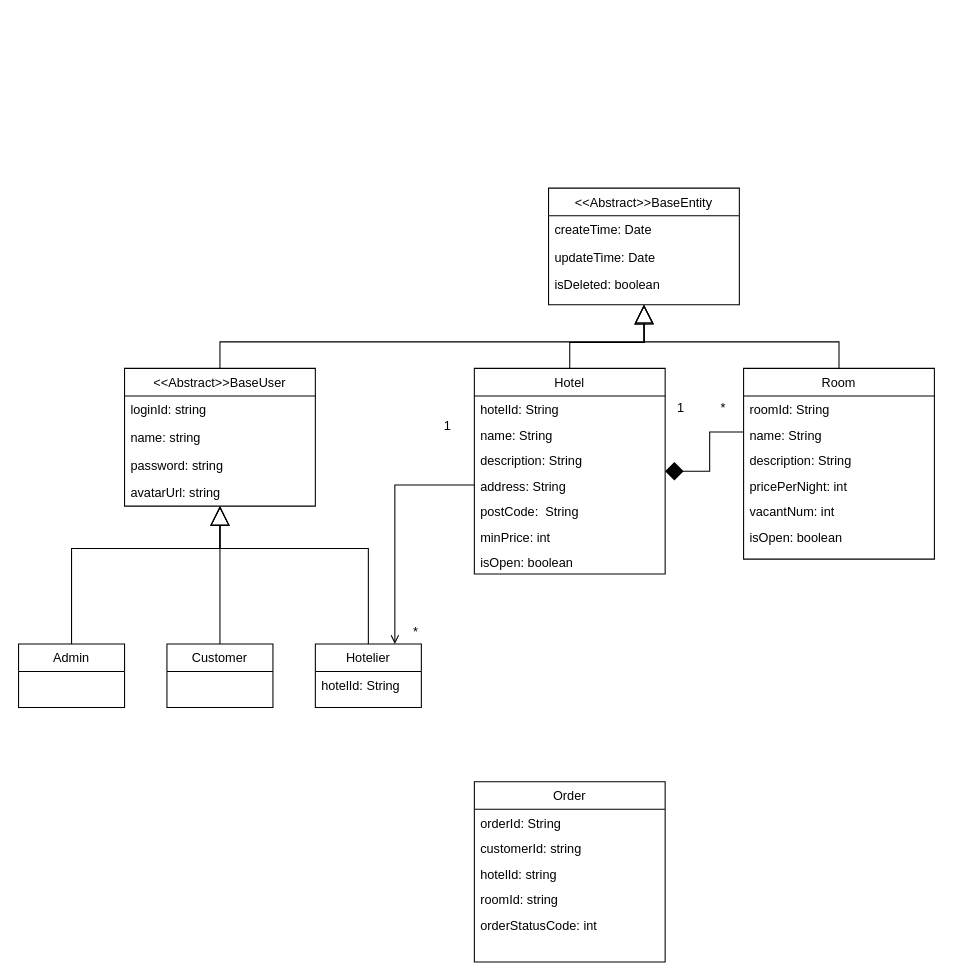
The draw.io diagram domain.drawio in Blackmesa-Canteen/static-res, before the edit. Source tidied: cells renumbered, new cells numbered last; positions are measured from the earlier drawing's top-left corner, leaving out a move shared by most shapes. Both pictures are drawn from the tidied source at 106%, with x=0, y=0 at pixel (18, 188).
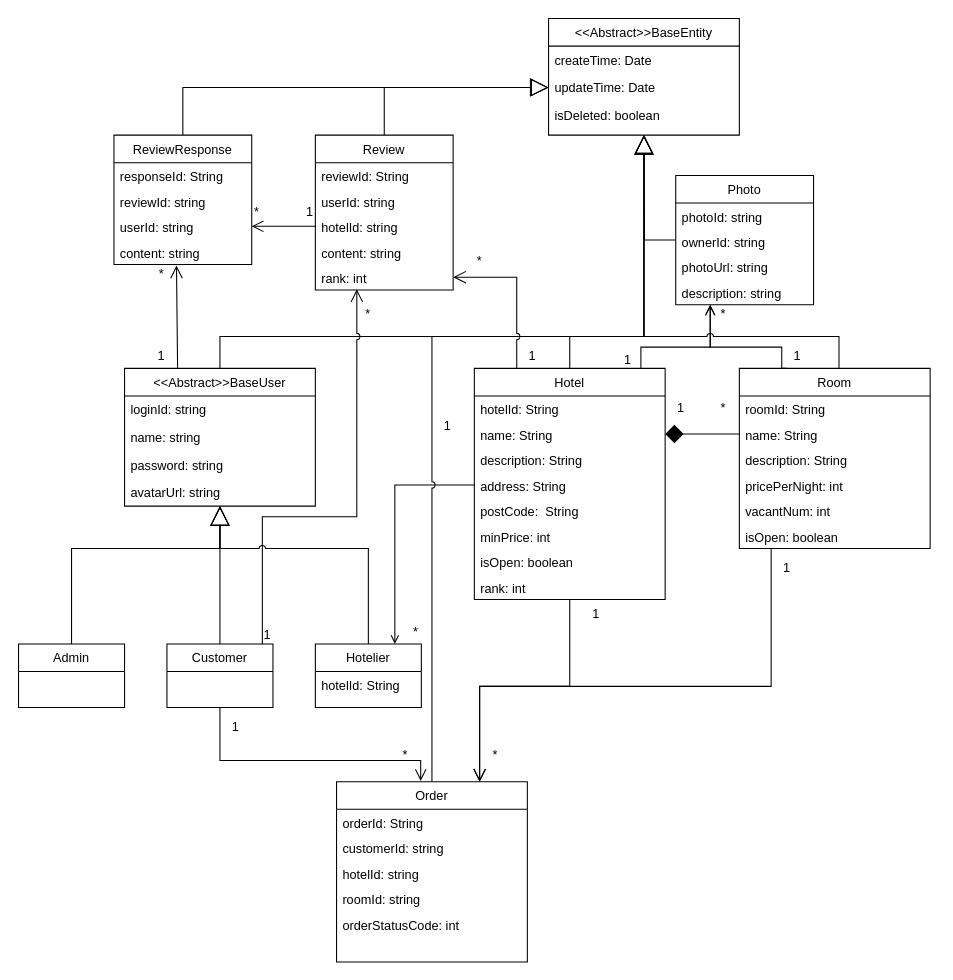
Above is the later version.

Unchanged cells that the change refers to:
```xml
<mxCell id="4" value="updateTime: Date" style="text;align=left;verticalAlign=top;spacingLeft=4;spacingRight=4;overflow=hidden;points=[[0,0.5],[1,0.5]];portConstraint=eastwest;rounded=0;shadow=0;html=0;" parent="2" vertex="1">
  <mxGeometry y="52" width="180" height="26" as="geometry" />
</mxCell>
<mxCell id="7" value="&lt;&lt;Abstract&gt;&gt;BaseUser" style="swimlane;fontStyle=0;align=center;verticalAlign=top;horizontal=1;startSize=26;rounded=0;shadow=0;strokeWidth=1;" parent="1" vertex="1">
  <mxGeometry x="100" y="170" width="180" height="130" as="geometry" />
</mxCell>
<mxCell id="15" value="Customer" style="swimlane;fontStyle=0;align=center;verticalAlign=top;horizontal=1;startSize=26;rounded=0;shadow=0;strokeWidth=1;" parent="1" vertex="1">
  <mxGeometry x="140" y="430" width="100" height="60" as="geometry" />
</mxCell>
<mxCell id="18" value="Hotelier" style="swimlane;fontStyle=0;align=center;verticalAlign=top;horizontal=1;startSize=26;rounded=0;shadow=0;strokeWidth=1;" parent="1" vertex="1">
  <mxGeometry x="280" y="430" width="100" height="60" as="geometry" />
</mxCell>
<mxCell id="30" value="name: String" style="text;align=left;verticalAlign=top;spacingLeft=4;spacingRight=4;overflow=hidden;points=[[0,0.5],[1,0.5]];portConstraint=eastwest;" parent="28" vertex="1">
  <mxGeometry y="50" width="180" height="24" as="geometry" />
</mxCell>
<mxCell id="41" value="name: String" style="text;align=left;verticalAlign=top;spacingLeft=4;spacingRight=4;overflow=hidden;points=[[0,0.5],[1,0.5]];portConstraint=eastwest;" parent="39" vertex="1">
  <mxGeometry y="50" width="180" height="24" as="geometry" />
</mxCell>
```

What changed in the source:
```diff
@@
     <mxCell id="2" value="&lt;&lt;Abstract&gt;&gt;BaseEntity" style="swimlane;fontStyle=0;align=center;verticalAlign=top;horizontal=1;startSize=26;rounded=0;shadow=0;strokeWidth=1;" parent="1" vertex="1">
-      <mxGeometry x="500" width="180" height="110" as="geometry" />
+      <mxGeometry x="500" y="-160" width="180" height="110" as="geometry" />
     </mxCell>
@@
     <mxCell id="6" style="edgeStyle=orthogonalEdgeStyle;rounded=0;jettySize=auto;html=1;entryX=0.5;entryY=1;entryDx=0;entryDy=0;exitX=0.5;exitY=0;exitDx=0;exitDy=0;endArrow=block;endFill=0;strokeWidth=1;endSize=16;" parent="1" edge="1" source="7" target="2">
-      <mxGeometry relative="1" as="geometry" />
+      <mxGeometry relative="1" as="geometry">
+        <Array as="points">
+          <mxPoint x="190" y="140" />
+          <mxPoint x="590" y="140" />
+        </Array>
+      </mxGeometry>
     </mxCell>
+    <mxCell id="48" style="edgeStyle=orthogonalEdgeStyle;rounded=0;jumpStyle=arc;jettySize=auto;html=1;entryX=0.454;entryY=1.04;entryDx=0;entryDy=0;entryPerimeter=0;startArrow=none;startFill=0;endArrow=open;endFill=0;startSize=15;endSize=10;targetPerimeterSpacing=0;strokeWidth=1;exitX=0.278;exitY=0;exitDx=0;exitDy=0;exitPerimeter=0;" parent="1" edge="1" source="7" target="71">
+      <mxGeometry relative="1" as="geometry" />
+    </mxCell>
@@
+    <mxCell id="49" style="edgeStyle=orthogonalEdgeStyle;rounded=0;jettySize=auto;html=1;entryX=0.441;entryY=-0.004;entryDx=0;entryDy=0;entryPerimeter=0;startArrow=none;startFill=0;endArrow=open;endFill=0;startSize=15;endSize=9;targetPerimeterSpacing=0;strokeWidth=1;" parent="1" edge="1" source="15" target="20">
+      <mxGeometry relative="1" as="geometry">
+        <Array as="points">
+          <mxPoint x="190" y="540" />
+          <mxPoint x="379" y="540" />
+        </Array>
+      </mxGeometry>
+    </mxCell>
+    <mxCell id="50" style="edgeStyle=orthogonalEdgeStyle;rounded=0;jumpStyle=arc;jettySize=auto;html=1;startArrow=none;startFill=0;endArrow=open;endFill=0;startSize=15;endSize=10;targetPerimeterSpacing=0;strokeWidth=1;entryX=0.301;entryY=0.975;entryDx=0;entryDy=0;entryPerimeter=0;" parent="1" edge="1" source="15" target="65">
+      <mxGeometry relative="1" as="geometry">
+        <Array as="points">
+          <mxPoint x="230" y="310" />
+          <mxPoint x="319" y="310" />
+        </Array>
+      </mxGeometry>
+    </mxCell>
@@
-    <mxCell id="16" style="edgeStyle=orthogonalEdgeStyle;rounded=0;jettySize=auto;html=1;endArrow=block;endFill=0;endSize=16;strokeWidth=1;" parent="1" edge="1" source="18">
+    <mxCell id="16" style="edgeStyle=orthogonalEdgeStyle;rounded=0;jettySize=auto;html=1;endArrow=block;endFill=0;endSize=16;strokeWidth=1;jumpStyle=arc;" parent="1" edge="1" source="18">
       <mxGeometry relative="1" as="geometry">
         <mxPoint x="190" y="300" as="targetPoint" />
         <Array as="points">
           <mxPoint x="330" y="340" />
           <mxPoint x="190" y="340" />
         </Array>
       </mxGeometry>
     </mxCell>
@@
+    <mxCell id="51" style="edgeStyle=orthogonalEdgeStyle;rounded=0;jettySize=auto;html=1;startArrow=none;startFill=0;endArrow=none;endFill=0;startSize=15;endSize=14;targetPerimeterSpacing=0;strokeWidth=1;jumpStyle=arc;" parent="1" edge="1" source="20">
+      <mxGeometry relative="1" as="geometry">
+        <mxPoint x="390" y="140" as="targetPoint" />
+        <Array as="points">
+          <mxPoint x="390" y="140" />
+        </Array>
+      </mxGeometry>
+    </mxCell>
     <mxCell id="20" value="Order" style="swimlane;fontStyle=0;align=center;verticalAlign=top;horizontal=1;startSize=26;rounded=0;shadow=0;strokeWidth=1;" parent="1" vertex="1">
-      <mxGeometry x="430" y="560" width="180" height="170" as="geometry" />
+      <mxGeometry x="300" y="560" width="180" height="170" as="geometry" />
     </mxCell>
@@
     <mxCell id="26" style="edgeStyle=orthogonalEdgeStyle;rounded=0;jettySize=auto;html=1;endArrow=block;endFill=0;endSize=16;strokeWidth=1;" parent="1" edge="1" source="28">
       <mxGeometry relative="1" as="geometry">
-        <mxPoint x="590" y="110" as="targetPoint" />
+        <mxPoint x="590" y="-50" as="targetPoint" />
+        <Array as="points">
+          <mxPoint x="520" y="140" />
+          <mxPoint x="590" y="140" />
+        </Array>
       </mxGeometry>
     </mxCell>
-    <mxCell id="27" style="edgeStyle=orthogonalEdgeStyle;rounded=0;jettySize=auto;html=1;entryX=0.001;entryY=0.419;entryDx=0;entryDy=0;entryPerimeter=0;startArrow=diamond;startFill=1;endArrow=none;endFill=0;endSize=10;strokeWidth=1;targetPerimeterSpacing=0;startSize=15;" parent="1" edge="1" source="28" target="41">
+    <mxCell id="27" style="edgeStyle=orthogonalEdgeStyle;rounded=0;jettySize=auto;html=1;entryX=0;entryY=0.5;entryDx=0;entryDy=0;startArrow=diamond;startFill=1;endArrow=none;endFill=0;endSize=10;strokeWidth=1;targetPerimeterSpacing=0;startSize=15;exitX=1;exitY=0.5;exitDx=0;exitDy=0;" parent="1" edge="1" source="30" target="41">
       <mxGeometry relative="1" as="geometry" />
     </mxCell>
+    <mxCell id="52" style="edgeStyle=orthogonalEdgeStyle;rounded=0;jumpStyle=arc;jettySize=auto;html=1;entryX=1;entryY=0.5;entryDx=0;entryDy=0;startArrow=none;startFill=0;endArrow=open;endFill=0;startSize=15;endSize=10;targetPerimeterSpacing=0;strokeWidth=1;" parent="1" edge="1" source="28" target="65">
+      <mxGeometry relative="1" as="geometry">
+        <Array as="points">
+          <mxPoint x="470" y="84" />
+        </Array>
+      </mxGeometry>
+    </mxCell>
+    <mxCell id="53" style="edgeStyle=orthogonalEdgeStyle;rounded=0;jumpStyle=arc;jettySize=auto;html=1;entryX=0.75;entryY=0;entryDx=0;entryDy=0;startArrow=none;startFill=0;endArrow=open;endFill=0;startSize=15;endSize=10;targetPerimeterSpacing=0;strokeWidth=1;" parent="1" edge="1" source="28" target="20">
+      <mxGeometry relative="1" as="geometry">
+        <Array as="points">
+          <mxPoint x="520" y="470" />
+          <mxPoint x="435" y="470" />
+        </Array>
+      </mxGeometry>
+    </mxCell>
+    <mxCell id="54" style="edgeStyle=orthogonalEdgeStyle;rounded=0;jumpStyle=none;jettySize=auto;html=1;entryX=0.25;entryY=1;entryDx=0;entryDy=0;startArrow=none;startFill=0;endArrow=open;endFill=0;startSize=15;endSize=8;targetPerimeterSpacing=0;strokeWidth=1;exitX=0.873;exitY=-0.002;exitDx=0;exitDy=0;exitPerimeter=0;" parent="1" edge="1" source="28" target="86">
+      <mxGeometry relative="1" as="geometry">
+        <Array as="points">
+          <mxPoint x="587" y="150" />
+          <mxPoint x="652" y="150" />
+        </Array>
+      </mxGeometry>
+    </mxCell>
     <mxCell id="28" value="Hotel" style="swimlane;fontStyle=0;align=center;verticalAlign=top;horizontal=1;startSize=26;rounded=0;shadow=0;strokeWidth=1;" parent="1" vertex="1">
-      <mxGeometry x="430" y="170" width="180" height="194" as="geometry" />
+      <mxGeometry x="430" y="170" width="180" height="218" as="geometry" />
     </mxCell>
@@
+    <mxCell id="55" value="rank: int" style="text;align=left;verticalAlign=top;spacingLeft=4;spacingRight=4;overflow=hidden;" parent="28" vertex="1">
+      <mxGeometry y="194" width="180" height="24" as="geometry" />
+    </mxCell>
@@
-    <mxCell id="38" style="edgeStyle=orthogonalEdgeStyle;rounded=0;jettySize=auto;html=1;startArrow=none;startFill=0;endArrow=block;endFill=0;startSize=15;endSize=15;targetPerimeterSpacing=0;strokeWidth=1;" parent="1" edge="1" source="39">
+    <mxCell id="38" style="edgeStyle=orthogonalEdgeStyle;rounded=0;jettySize=auto;html=1;startArrow=none;startFill=0;endArrow=block;endFill=0;startSize=15;endSize=15;targetPerimeterSpacing=0;strokeWidth=1;entryX=0.5;entryY=1;entryDx=0;entryDy=0;jumpStyle=arc;" parent="1" edge="1" source="39" target="2">
       <mxGeometry relative="1" as="geometry">
-        <mxPoint x="590" y="110" as="targetPoint" />
         <Array as="points">
-          <mxPoint x="774" y="145" />
-          <mxPoint x="590" y="145" />
+          <mxPoint x="774" y="140" />
+          <mxPoint x="590" y="140" />
         </Array>
       </mxGeometry>
     </mxCell>
+    <mxCell id="56" style="edgeStyle=orthogonalEdgeStyle;rounded=0;jumpStyle=none;jettySize=auto;html=1;entryX=0.75;entryY=0;entryDx=0;entryDy=0;startArrow=none;startFill=0;endArrow=open;endFill=0;startSize=15;endSize=10;targetPerimeterSpacing=0;strokeWidth=1;" parent="1" edge="1" source="39" target="20">
+      <mxGeometry relative="1" as="geometry">
+        <Array as="points">
+          <mxPoint x="710" y="470" />
+          <mxPoint x="435" y="470" />
+        </Array>
+      </mxGeometry>
+    </mxCell>
+    <mxCell id="57" style="edgeStyle=orthogonalEdgeStyle;rounded=0;jumpStyle=none;jettySize=auto;html=1;entryX=0.25;entryY=1;entryDx=0;entryDy=0;startArrow=none;startFill=0;endArrow=open;endFill=0;startSize=15;endSize=7;targetPerimeterSpacing=0;strokeWidth=1;exitX=0.25;exitY=0;exitDx=0;exitDy=0;" parent="1" edge="1" source="39" target="86">
+      <mxGeometry relative="1" as="geometry">
+        <Array as="points">
+          <mxPoint x="720" y="170" />
+          <mxPoint x="720" y="150" />
+          <mxPoint x="653" y="150" />
+        </Array>
+      </mxGeometry>
+    </mxCell>
     <mxCell id="39" value="Room" style="swimlane;fontStyle=0;align=center;verticalAlign=top;horizontal=1;startSize=26;rounded=0;shadow=0;strokeWidth=1;" parent="1" vertex="1">
-      <mxGeometry x="684" y="170" width="180" height="180" as="geometry" />
+      <mxGeometry x="680" y="170" width="180" height="170" as="geometry" />
     </mxCell>
@@
+    <mxCell id="58" style="edgeStyle=orthogonalEdgeStyle;rounded=0;jettySize=auto;html=1;startArrow=none;startFill=0;endArrow=open;endFill=0;startSize=15;endSize=9;targetPerimeterSpacing=0;strokeWidth=1;entryX=1;entryY=0.5;entryDx=0;entryDy=0;" parent="1" edge="1" source="60" target="70">
+      <mxGeometry relative="1" as="geometry">
+        <Array as="points">
+          <mxPoint x="270" y="36" />
+          <mxPoint x="270" y="36" />
+        </Array>
+      </mxGeometry>
+    </mxCell>
+    <mxCell id="59" style="edgeStyle=orthogonalEdgeStyle;rounded=0;jettySize=auto;html=1;entryX=0;entryY=0.5;entryDx=0;entryDy=0;startArrow=none;startFill=0;endArrow=block;endFill=0;startSize=15;endSize=14;targetPerimeterSpacing=0;strokeWidth=1;" parent="1" edge="1" source="60" target="4">
+      <mxGeometry relative="1" as="geometry" />
+    </mxCell>
+    <mxCell id="60" value="Review" style="swimlane;fontStyle=0;align=center;verticalAlign=top;horizontal=1;startSize=26;rounded=0;shadow=0;strokeWidth=1;" parent="1" vertex="1">
+      <mxGeometry x="280" y="-50" width="130" height="146" as="geometry" />
+    </mxCell>
+    <mxCell id="61" value="reviewId: String&#10;" style="text;align=left;verticalAlign=top;spacingLeft=4;spacingRight=4;overflow=hidden;" parent="60" vertex="1">
+      <mxGeometry y="26" width="130" height="24" as="geometry" />
+    </mxCell>
+    <mxCell id="62" value="userId: string" style="text;align=left;verticalAlign=top;spacingLeft=4;spacingRight=4;overflow=hidden;" parent="60" vertex="1">
+      <mxGeometry y="50" width="130" height="24" as="geometry" />
+    </mxCell>
+    <mxCell id="63" value="hotelId: string" style="text;align=left;verticalAlign=top;spacingLeft=4;spacingRight=4;overflow=hidden;" parent="60" vertex="1">
+      <mxGeometry y="74" width="130" height="24" as="geometry" />
+    </mxCell>
+    <mxCell id="64" value="content: string" style="text;align=left;verticalAlign=top;spacingLeft=4;spacingRight=4;overflow=hidden;" parent="60" vertex="1">
+      <mxGeometry y="98" width="130" height="24" as="geometry" />
+    </mxCell>
+    <mxCell id="65" value="rank: int" style="text;align=left;verticalAlign=top;spacingLeft=4;spacingRight=4;overflow=hidden;points=[[0,0.5],[1,0.5]];portConstraint=eastwest;" parent="60" vertex="1">
+      <mxGeometry y="122" width="130" height="24" as="geometry" />
+    </mxCell>
+    <mxCell id="66" style="edgeStyle=orthogonalEdgeStyle;rounded=0;jettySize=auto;html=1;entryX=0;entryY=0.5;entryDx=0;entryDy=0;startArrow=none;startFill=0;endArrow=block;endFill=0;startSize=15;endSize=15;targetPerimeterSpacing=0;strokeWidth=1;" parent="1" edge="1" source="67" target="4">
+      <mxGeometry relative="1" as="geometry" />
+    </mxCell>
+    <mxCell id="67" value="ReviewResponse" style="swimlane;fontStyle=0;align=center;verticalAlign=top;horizontal=1;startSize=26;rounded=0;shadow=0;strokeWidth=1;" parent="1" vertex="1">
+      <mxGeometry x="90" y="-50" width="130" height="122" as="geometry" />
+    </mxCell>
+    <mxCell id="68" value="responseId: String&#10;" style="text;align=left;verticalAlign=top;spacingLeft=4;spacingRight=4;overflow=hidden;" parent="67" vertex="1">
+      <mxGeometry y="26" width="130" height="24" as="geometry" />
+    </mxCell>
+    <mxCell id="69" value="reviewId: string" style="text;align=left;verticalAlign=top;spacingLeft=4;spacingRight=4;overflow=hidden;" parent="67" vertex="1">
+      <mxGeometry y="50" width="130" height="24" as="geometry" />
+    </mxCell>
+    <mxCell id="70" value="userId: string" style="text;align=left;verticalAlign=top;spacingLeft=4;spacingRight=4;overflow=hidden;points=[[0,0.5],[1,0.5]];portConstraint=eastwest;" parent="67" vertex="1">
+      <mxGeometry y="74" width="130" height="24" as="geometry" />
+    </mxCell>
+    <mxCell id="71" value="content: string" style="text;align=left;verticalAlign=top;spacingLeft=4;spacingRight=4;overflow=hidden;points=[[0,0.5],[1,0.5]];portConstraint=eastwest;" parent="67" vertex="1">
+      <mxGeometry y="98" width="130" height="24" as="geometry" />
+    </mxCell>
+    <mxCell id="72" value="1" style="text;html=1;strokeColor=none;fillColor=none;align=center;verticalAlign=middle;whiteSpace=wrap;rounded=0;" parent="1" vertex="1">
+      <mxGeometry x="250" y="14.5" width="50" height="17" as="geometry" />
+    </mxCell>
+    <mxCell id="73" value="*" style="text;html=1;strokeColor=none;fillColor=none;align=center;verticalAlign=middle;whiteSpace=wrap;rounded=0;" parent="1" vertex="1">
+      <mxGeometry x="200" y="14.5" width="50" height="17" as="geometry" />
+    </mxCell>
+    <mxCell id="74" value="1" style="text;html=1;strokeColor=none;fillColor=none;align=center;verticalAlign=middle;whiteSpace=wrap;rounded=0;" parent="1" vertex="1">
+      <mxGeometry x="210" y="413" width="50" height="17" as="geometry" />
+    </mxCell>
+    <mxCell id="75" value="*" style="text;html=1;strokeColor=none;fillColor=none;align=center;verticalAlign=middle;whiteSpace=wrap;rounded=0;" parent="1" vertex="1">
+      <mxGeometry x="305" y="110" width="50" height="17" as="geometry" />
+    </mxCell>
+    <mxCell id="76" value="*" style="text;html=1;strokeColor=none;fillColor=none;align=center;verticalAlign=middle;whiteSpace=wrap;rounded=0;" parent="1" vertex="1">
+      <mxGeometry x="110" y="72" width="50" height="17" as="geometry" />
+    </mxCell>
+    <mxCell id="77" value="1" style="text;html=1;strokeColor=none;fillColor=none;align=center;verticalAlign=middle;whiteSpace=wrap;rounded=0;" parent="1" vertex="1">
+      <mxGeometry x="110" y="150" width="50" height="17" as="geometry" />
+    </mxCell>
+    <mxCell id="78" value="*" style="text;html=1;strokeColor=none;fillColor=none;align=center;verticalAlign=middle;whiteSpace=wrap;rounded=0;" parent="1" vertex="1">
+      <mxGeometry x="410" y="60" width="50" height="17" as="geometry" />
+    </mxCell>
+    <mxCell id="79" value="1" style="text;html=1;strokeColor=none;fillColor=none;align=center;verticalAlign=middle;whiteSpace=wrap;rounded=0;" parent="1" vertex="1">
+      <mxGeometry x="460" y="150" width="50" height="17" as="geometry" />
+    </mxCell>
+    <mxCell id="80" value="1" style="text;html=1;strokeColor=none;fillColor=none;align=center;verticalAlign=middle;whiteSpace=wrap;rounded=0;" parent="1" vertex="1">
+      <mxGeometry x="190" y="500" width="30" height="17" as="geometry" />
+    </mxCell>
+    <mxCell id="81" value="*" style="text;html=1;strokeColor=none;fillColor=none;align=center;verticalAlign=middle;whiteSpace=wrap;rounded=0;" parent="1" vertex="1">
+      <mxGeometry x="355" y="530" width="20" height="10" as="geometry" />
+    </mxCell>
+    <mxCell id="82" value="*" style="text;html=1;strokeColor=none;fillColor=none;align=center;verticalAlign=middle;whiteSpace=wrap;rounded=0;" parent="1" vertex="1">
+      <mxGeometry x="440" y="530" width="20" height="10" as="geometry" />
+    </mxCell>
+    <mxCell id="83" value="1" style="text;html=1;strokeColor=none;fillColor=none;align=center;verticalAlign=middle;whiteSpace=wrap;rounded=0;" parent="1" vertex="1">
+      <mxGeometry x="530" y="393" width="30" height="17" as="geometry" />
+    </mxCell>
+    <mxCell id="84" value="1" style="text;html=1;strokeColor=none;fillColor=none;align=center;verticalAlign=middle;whiteSpace=wrap;rounded=0;" parent="1" vertex="1">
+      <mxGeometry x="710" y="350" width="30" height="17" as="geometry" />
+    </mxCell>
+    <mxCell id="85" style="edgeStyle=orthogonalEdgeStyle;rounded=0;jumpStyle=none;jettySize=auto;html=1;startArrow=none;startFill=0;endArrow=block;endFill=0;startSize=15;endSize=15;targetPerimeterSpacing=0;strokeWidth=1;" parent="1" edge="1" source="86">
+      <mxGeometry relative="1" as="geometry">
+        <mxPoint x="590" y="-50" as="targetPoint" />
+      </mxGeometry>
+    </mxCell>
+    <mxCell id="86" value="Photo" style="swimlane;fontStyle=0;align=center;verticalAlign=top;horizontal=1;startSize=26;rounded=0;shadow=0;strokeWidth=1;" parent="1" vertex="1">
+      <mxGeometry x="620" y="-12" width="130" height="122" as="geometry" />
+    </mxCell>
+    <mxCell id="87" value="photoId: string&#10;" style="text;align=left;verticalAlign=top;spacingLeft=4;spacingRight=4;overflow=hidden;" parent="86" vertex="1">
+      <mxGeometry y="26" width="130" height="24" as="geometry" />
+    </mxCell>
+    <mxCell id="88" value="ownerId: string&#10;" style="text;align=left;verticalAlign=top;spacingLeft=4;spacingRight=4;overflow=hidden;" parent="86" vertex="1">
+      <mxGeometry y="50" width="130" height="24" as="geometry" />
+    </mxCell>
+    <mxCell id="89" value="photoUrl: string" style="text;align=left;verticalAlign=top;spacingLeft=4;spacingRight=4;overflow=hidden;" parent="86" vertex="1">
+      <mxGeometry y="74" width="130" height="24" as="geometry" />
+    </mxCell>
+    <mxCell id="90" value="description: string" style="text;align=left;verticalAlign=top;spacingLeft=4;spacingRight=4;overflow=hidden;" parent="86" vertex="1">
+      <mxGeometry y="98" width="130" height="24" as="geometry" />
+    </mxCell>
+    <mxCell id="91" value="1" style="text;html=1;strokeColor=none;fillColor=none;align=center;verticalAlign=middle;whiteSpace=wrap;rounded=0;" parent="1" vertex="1">
+      <mxGeometry x="560" y="153" width="30" height="17" as="geometry" />
+    </mxCell>
+    <mxCell id="92" value="1" style="text;html=1;strokeColor=none;fillColor=none;align=center;verticalAlign=middle;whiteSpace=wrap;rounded=0;" parent="1" vertex="1">
+      <mxGeometry x="720" y="150" width="30" height="17" as="geometry" />
+    </mxCell>
+    <mxCell id="93" value="*" style="text;html=1;strokeColor=none;fillColor=none;align=center;verticalAlign=middle;whiteSpace=wrap;rounded=0;" parent="1" vertex="1">
+      <mxGeometry x="650" y="110" width="30" height="17" as="geometry" />
+    </mxCell>
```
